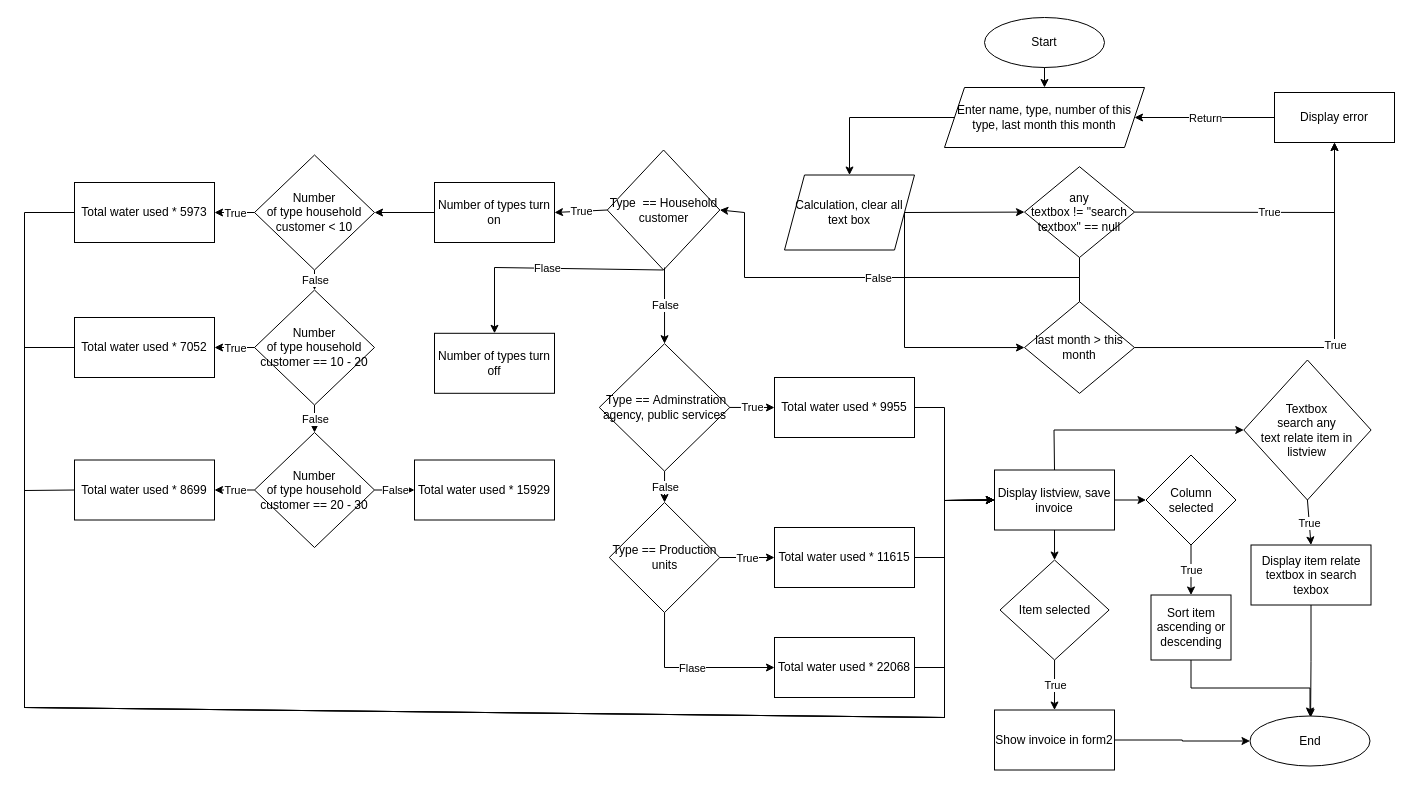
Above: App2.drawio in StevenDuy/Flowchart (draw.io), before the change. Source tidied: cells renumbered, new cells numbered last; positions are measured from the earlier drawing's top-left corner, leaving out a move shared by most shapes. Both pictures are drawn from the tidied source at 100%, with x=0, y=0 at pixel (24, 17).
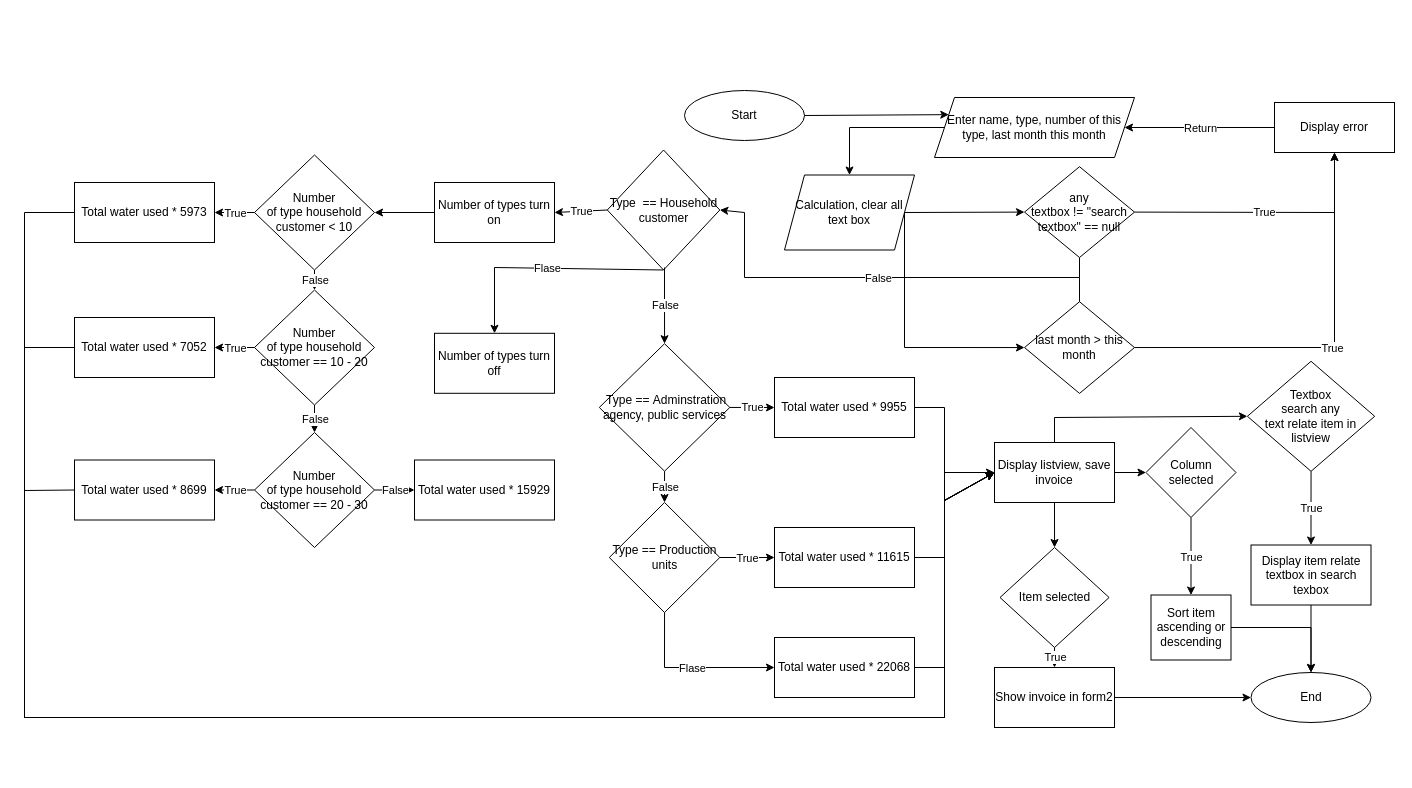
The same page after the edit.

Commit message:
Cập nhật App2.drawio

The change refers to these unchanged cells:
```xml
<mxCell id="18" value="Sort item ascending or descending" style="rounded=0;whiteSpace=wrap;html=1;" parent="1" vertex="1">
  <mxGeometry x="1126.5" y="577.5" width="80" height="65" as="geometry" />
</mxCell>
<mxCell id="31" value="Display item relate textbox in search texbox" style="rounded=0;whiteSpace=wrap;html=1;" parent="1" vertex="1">
  <mxGeometry x="1226.5" y="527.5" width="120" height="60" as="geometry" />
</mxCell>
<mxCell id="35" value="Total water used * 5973" style="rounded=0;whiteSpace=wrap;html=1;" parent="1" vertex="1">
  <mxGeometry x="50" y="165" width="140" height="60" as="geometry" />
</mxCell>
<mxCell id="37" value="Total water used *&amp;nbsp;7052" style="rounded=0;whiteSpace=wrap;html=1;" parent="1" vertex="1">
  <mxGeometry x="50" y="300" width="140" height="60" as="geometry" />
</mxCell>
<mxCell id="39" value="Total water used *&amp;nbsp;8699" style="rounded=0;whiteSpace=wrap;html=1;" parent="1" vertex="1">
  <mxGeometry x="50" y="442.5" width="140" height="60" as="geometry" />
</mxCell>
<mxCell id="55" value="Calculation, clear all text box" style="shape=parallelogram;perimeter=parallelogramPerimeter;whiteSpace=wrap;html=1;fixedSize=1;" parent="1" vertex="1">
  <mxGeometry x="760" y="157.5" width="130" height="75" as="geometry" />
</mxCell>
```

What changed in the source:
```diff
@@
     <mxCell id="2" value="Start" style="ellipse;whiteSpace=wrap;html=1;" parent="1" vertex="1">
-      <mxGeometry x="960" width="120" height="50" as="geometry" />
+      <mxGeometry x="660" y="73" width="120" height="50" as="geometry" />
     </mxCell>
     <mxCell id="3" value="Enter name, type, number of this type, last month this month" style="shape=parallelogram;perimeter=parallelogramPerimeter;whiteSpace=wrap;html=1;fixedSize=1;size=20;" parent="1" vertex="1">
-      <mxGeometry x="920" y="70" width="200" height="60" as="geometry" />
+      <mxGeometry x="910" y="80" width="200" height="60" as="geometry" />
     </mxCell>
-    <mxCell id="4" style="endArrow=classic;html=1;rounded=0;exitX=0.5;exitY=1;exitDx=0;exitDy=0;entryX=0.5;entryY=0;entryDx=0;entryDy=0;" parent="1" edge="1" source="2" target="3">
+    <mxCell id="4" style="endArrow=classic;html=1;rounded=0;exitX=1;exitY=0.5;exitDx=0;exitDy=0;entryX=0;entryY=0.25;entryDx=0;entryDy=0;" parent="1" edge="1" source="2" target="3">
       <mxGeometry relative="1" as="geometry" />
     </mxCell>
@@
     <mxCell id="6" style="endArrow=classic;html=1;rounded=0;entryX=1;entryY=0.5;entryDx=0;entryDy=0;exitX=0;exitY=0.5;exitDx=0;exitDy=0;" parent="1" edge="1" source="8" target="3">
-      <mxGeometry relative="1" as="geometry">
-        <Array as="points">
-          <mxPoint x="1190" y="100" />
-        </Array>
-      </mxGeometry>
+      <mxGeometry relative="1" as="geometry" />
     </mxCell>
@@
     <mxCell id="8" value="Display error" style="rounded=0;whiteSpace=wrap;html=1;" parent="1" vertex="1">
-      <mxGeometry x="1250" y="75" width="120" height="50" as="geometry" />
+      <mxGeometry x="1250" y="85" width="120" height="50" as="geometry" />
     </mxCell>
@@
     <mxCell id="14" value="Display listview, save invoice" style="rounded=0;whiteSpace=wrap;html=1;" parent="1" vertex="1">
-      <mxGeometry x="970" y="452.5" width="120" height="60" as="geometry" />
+      <mxGeometry x="970" y="425" width="120" height="60" as="geometry" />
     </mxCell>
     <mxCell id="15" value="Column selected" style="rhombus;whiteSpace=wrap;html=1;" parent="1" vertex="1">
-      <mxGeometry x="1121.5" y="437.5" width="90" height="90" as="geometry" />
+      <mxGeometry x="1121.5" y="410" width="90" height="90" as="geometry" />
     </mxCell>
@@
-    <mxCell id="17" style="edgeStyle=orthogonalEdgeStyle;rounded=0;jettySize=auto;html=1;exitX=0.5;exitY=1;exitDx=0;exitDy=0;entryX=0.5;entryY=0;entryDx=0;entryDy=0;" parent="1" edge="1" source="18" target="88">
+    <mxCell id="17" style="edgeStyle=orthogonalEdgeStyle;rounded=0;jettySize=auto;html=1;exitX=1;exitY=0.5;exitDx=0;exitDy=0;entryX=0.5;entryY=0;entryDx=0;entryDy=0;" parent="1" edge="1" source="18" target="88">
       <mxGeometry relative="1" as="geometry" />
     </mxCell>
@@
     <mxCell id="21" value="Item selected" style="rhombus;whiteSpace=wrap;html=1;" parent="1" vertex="1">
-      <mxGeometry x="975.5" y="542.5" width="109.1" height="100" as="geometry" />
+      <mxGeometry x="975.5" y="530" width="109.1" height="100" as="geometry" />
     </mxCell>
@@
     <mxCell id="25" value="Show invoice in form2" style="rounded=0;whiteSpace=wrap;html=1;" parent="1" vertex="1">
-      <mxGeometry x="970" y="692.5" width="120" height="60" as="geometry" />
+      <mxGeometry x="970" y="650" width="120" height="60" as="geometry" />
     </mxCell>
@@
     <mxCell id="27" value="Textbox&lt;div&gt;search any&lt;/div&gt;&lt;div&gt;text relate item in listview&lt;/div&gt;" style="rhombus;whiteSpace=wrap;html=1;" parent="1" vertex="1">
-      <mxGeometry x="1219.3" y="342.5" width="127.3" height="140" as="geometry" />
+      <mxGeometry x="1222.9" y="343.8" width="127.3" height="110" as="geometry" />
     </mxCell>
@@
     <mxCell id="29" style="endArrow=classic;html=1;rounded=0;exitX=0.5;exitY=0;exitDx=0;exitDy=0;entryX=0;entryY=0.5;entryDx=0;entryDy=0;" parent="1" edge="1" source="14" target="27">
       <mxGeometry relative="1" as="geometry">
         <Array as="points">
-          <mxPoint x="1029.5" y="412.5" />
+          <mxPoint x="1030" y="400" />
         </Array>
       </mxGeometry>
     </mxCell>
-    <mxCell id="30" style="edgeStyle=orthogonalEdgeStyle;rounded=0;jettySize=auto;html=1;exitX=0.5;exitY=1;exitDx=0;exitDy=0;" parent="1" edge="1" source="31">
-      <mxGeometry relative="1" as="geometry">
-        <mxPoint x="1286.1" y="700" as="targetPoint" />
-      </mxGeometry>
+    <mxCell id="30" style="edgeStyle=orthogonalEdgeStyle;rounded=0;jettySize=auto;html=1;exitX=0.5;exitY=1;exitDx=0;exitDy=0;entryX=0.5;entryY=0;entryDx=0;entryDy=0;" parent="1" edge="1" source="31" target="88">
+      <mxGeometry relative="1" as="geometry" />
     </mxCell>
@@
     <mxCell id="78" style="endArrow=classic;html=1;rounded=0;exitX=0;exitY=0.5;exitDx=0;exitDy=0;entryX=0;entryY=0.5;entryDx=0;entryDy=0;" parent="1" edge="1" source="35" target="14">
       <mxGeometry relative="1" as="geometry">
         <Array as="points">
           <mxPoint y="195" />
-          <mxPoint y="690" />
+          <mxPoint y="700" />
           <mxPoint x="920" y="700" />
           <mxPoint x="920" y="483" />
         </Array>
       </mxGeometry>
     </mxCell>
@@
     <mxCell id="82" style="endArrow=classic;html=1;rounded=0;exitX=0;exitY=0.5;exitDx=0;exitDy=0;entryX=0;entryY=0.5;entryDx=0;entryDy=0;" parent="1" edge="1" source="37" target="14">
       <mxGeometry relative="1" as="geometry">
         <Array as="points">
           <mxPoint y="330" />
-          <mxPoint y="690" />
+          <mxPoint y="700" />
           <mxPoint x="920" y="700" />
           <mxPoint x="920" y="483" />
         </Array>
       </mxGeometry>
     </mxCell>
     <mxCell id="83" style="endArrow=classic;html=1;rounded=0;exitX=0;exitY=0.5;exitDx=0;exitDy=0;entryX=0;entryY=0.5;entryDx=0;entryDy=0;" parent="1" edge="1" source="39" target="14">
       <mxGeometry relative="1" as="geometry">
         <Array as="points">
           <mxPoint y="473" />
-          <mxPoint y="690" />
+          <mxPoint y="700" />
           <mxPoint x="920" y="700" />
-          <mxPoint x="920" y="483" />
+          <mxPoint x="920" y="455" />
         </Array>
       </mxGeometry>
     </mxCell>
     <mxCell id="84" style="endArrow=classic;html=1;rounded=0;exitX=0;exitY=0.5;exitDx=0;exitDy=0;entryX=0.5;entryY=0;entryDx=0;entryDy=0;" parent="1" edge="1" source="3" target="55">
       <mxGeometry relative="1" as="geometry">
         <Array as="points">
-          <mxPoint x="825" y="100" />
+          <mxPoint x="825" y="110" />
         </Array>
       </mxGeometry>
     </mxCell>
@@
     <mxCell id="88" value="End" style="ellipse;whiteSpace=wrap;html=1;" parent="1" vertex="1">
-      <mxGeometry x="1225.5" y="698.5" width="120" height="50" as="geometry" />
+      <mxGeometry x="1226.5" y="655" width="120" height="50" as="geometry" />
     </mxCell>
```
